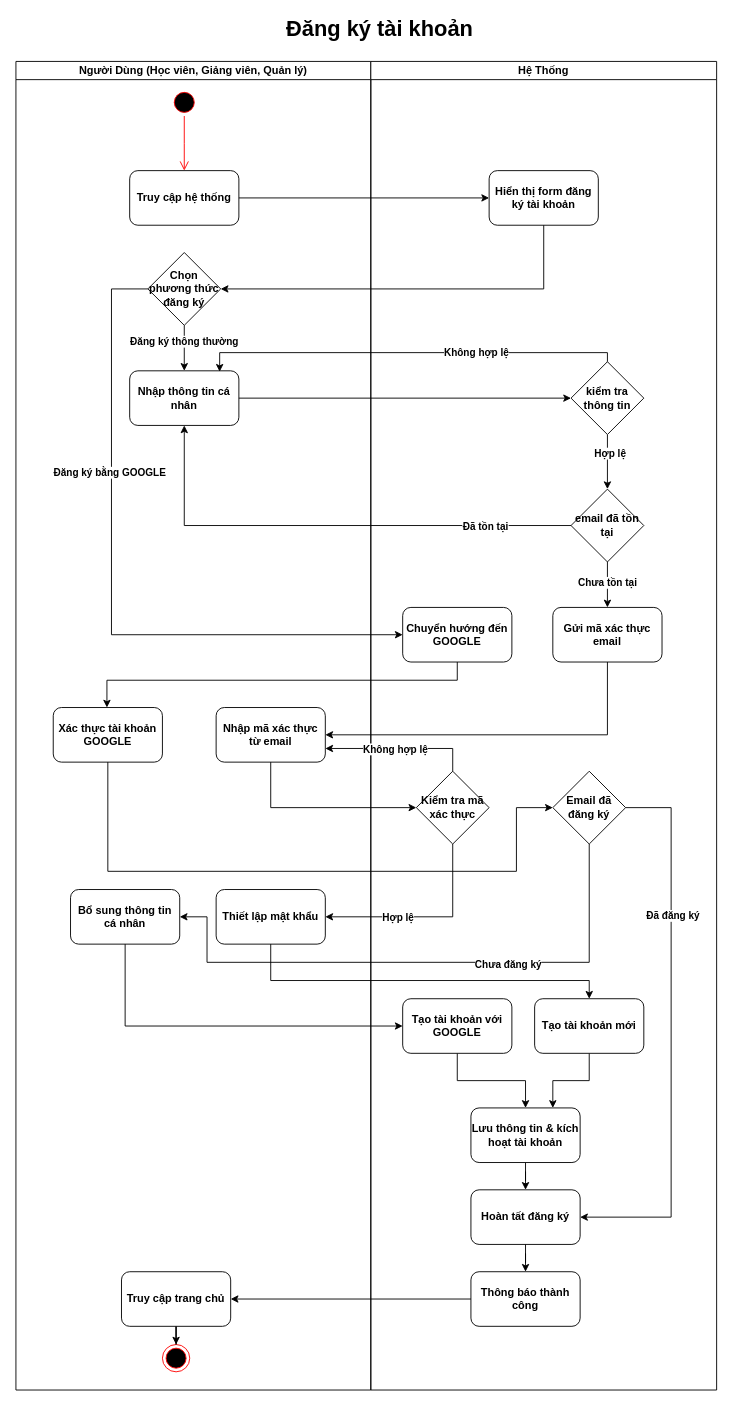
toniiplaycode/DNC-Learning keeps this draw.io diagram as document/ActivityDiagram/Signup-Activity.drawio. Above is the earlier version. Source tidied: cells renumbered, new cells numbered last; positions are measured from the earlier drawing's top-left corner, leaving out a move shared by most shapes. Both pictures are drawn from the tidied source at 91%, with x=0, y=0 at pixel (15, 15).
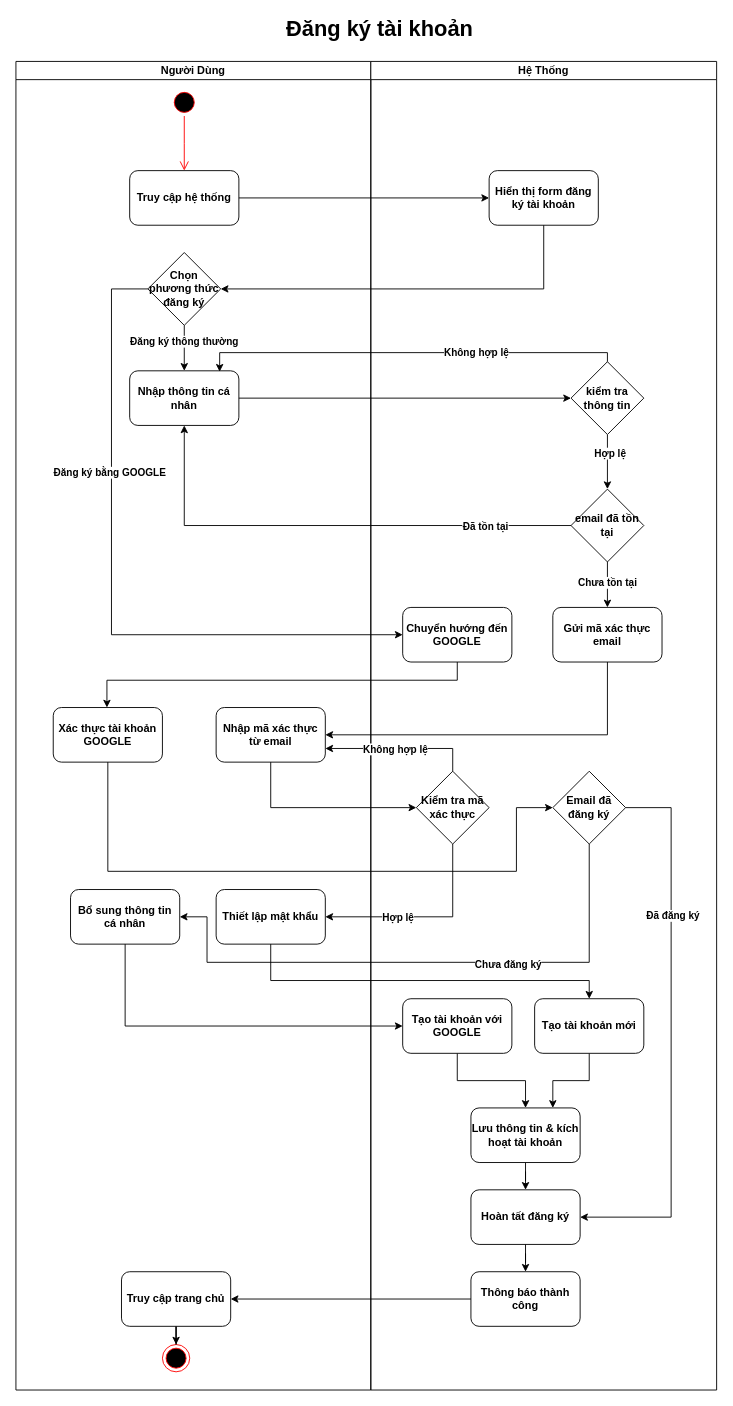
The same page after the edit.

The edit, as a diff of the source:
```diff
@@
-    <mxCell id="2" value="Người Dùng (Học viên, Giảng viên, Quản lý)" style="swimlane;startSize=20;whiteSpace=wrap;html=1;fontStyle=1;" parent="1" vertex="1">
+    <mxCell id="2" value="Người Dùng" style="swimlane;startSize=20;whiteSpace=wrap;html=1;fontStyle=1;" parent="1" vertex="1">
       <mxGeometry y="50" width="390" height="1460" as="geometry" />
     </mxCell>
```
